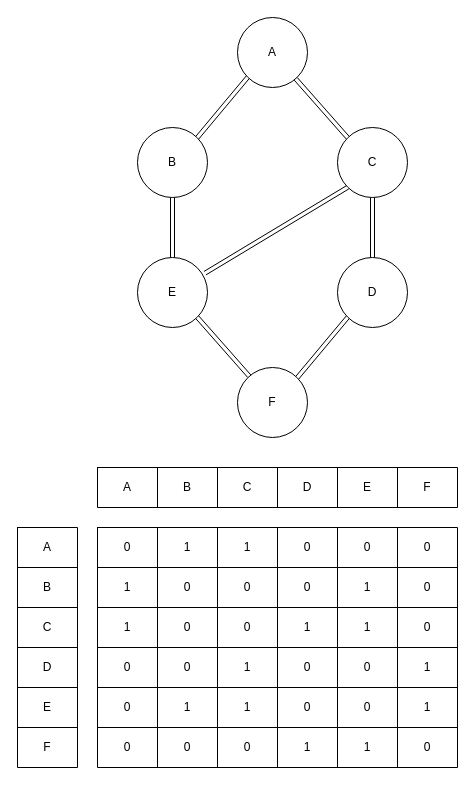
Before: LABTasks/LAB 12/AdjacencyMatrix3.drawio in GhulamNabiRashdi/MyDataStructures, a draw.io diagram. Source tidied: cells renumbered, new cells numbered last; positions are measured from the earlier drawing's top-left corner, leaving out a move shared by most shapes. Both pictures are drawn from the tidied source at 100%, with x=0, y=0 at pixel (17, 17).
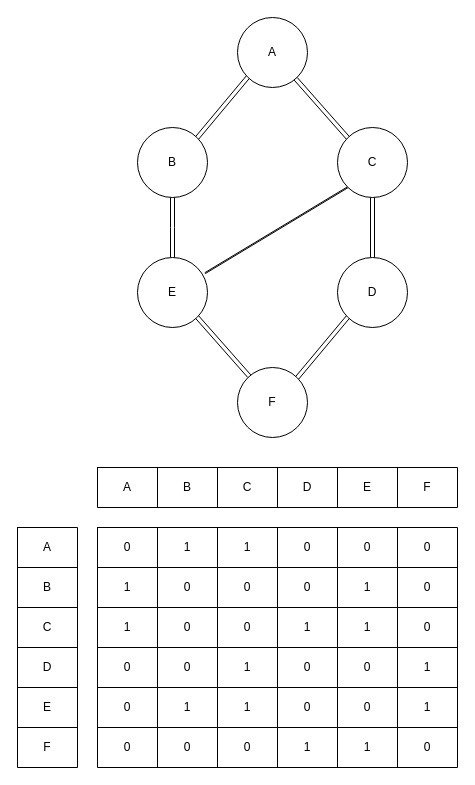
The same diagram, later.

The change refers to these unchanged cells:
```xml
<mxCell id="7" value="C" style="ellipse;whiteSpace=wrap;html=1;" parent="1" vertex="1">
  <mxGeometry x="320" y="110" width="70" height="70" as="geometry" />
</mxCell>
<mxCell id="9" value="B" style="ellipse;whiteSpace=wrap;html=1;" parent="1" vertex="1">
  <mxGeometry x="120" y="110" width="70" height="70" as="geometry" />
</mxCell>
<mxCell id="11" value="E" style="ellipse;whiteSpace=wrap;html=1;" parent="1" vertex="1">
  <mxGeometry x="120" y="240" width="70" height="70" as="geometry" />
</mxCell>
```

What changed in the source:
```diff
@@
-    <mxCell id="6" style="edgeStyle=none;shape=link;html=1;exitX=0;exitY=1;exitDx=0;exitDy=0;entryX=0.964;entryY=0.224;entryDx=0;entryDy=0;entryPerimeter=0;" parent="1" edge="1" source="7" target="11">
+    <mxCell id="6" style="edgeStyle=none;shape=link;html=1;exitX=0;exitY=1;exitDx=0;exitDy=0;entryX=0.964;entryY=0.224;entryDx=0;entryDy=0;entryPerimeter=0;width=-1;" parent="1" edge="1" source="7" target="11">
       <mxGeometry relative="1" as="geometry" />
     </mxCell>
@@
     <mxCell id="8" style="edgeStyle=none;shape=link;html=1;exitX=0.5;exitY=1;exitDx=0;exitDy=0;" parent="1" edge="1" source="9" target="11">
-      <mxGeometry relative="1" as="geometry" />
+      <mxGeometry relative="1" as="geometry">
+        <Array as="points">
+          <mxPoint x="155" y="210" />
+        </Array>
+      </mxGeometry>
     </mxCell>
```
